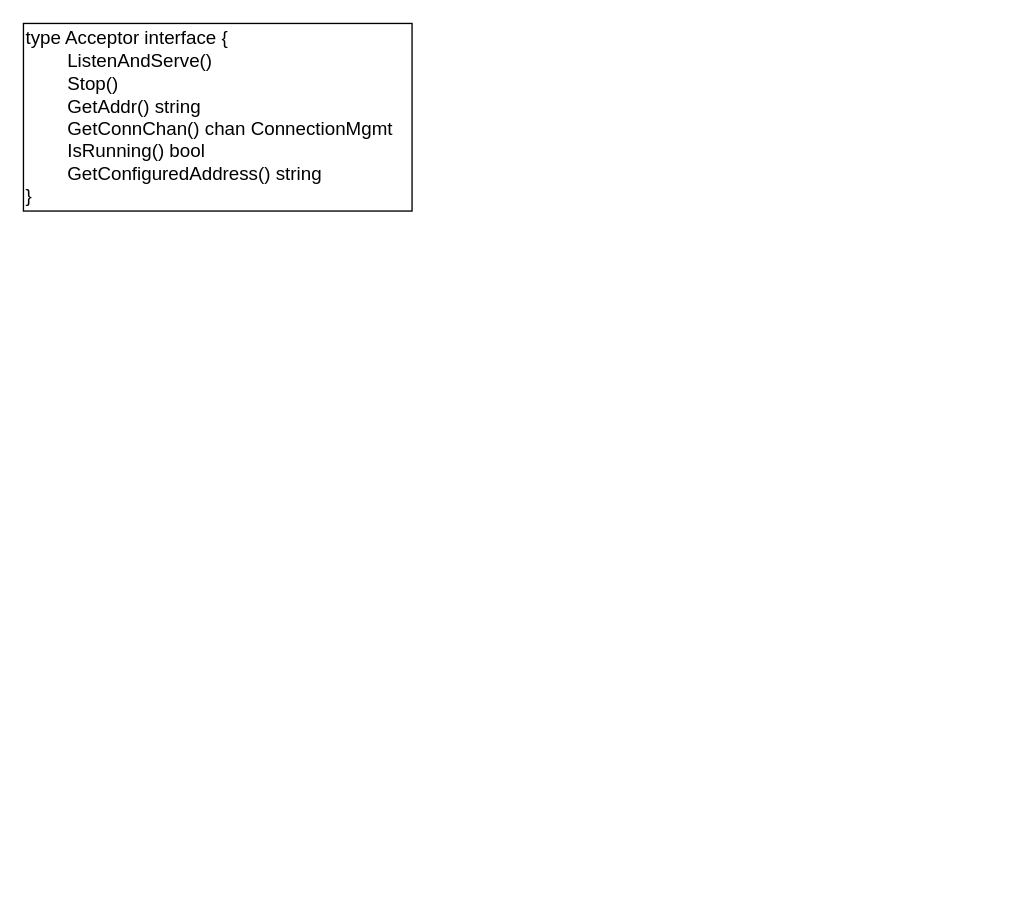
Above: page "new design" (3 of 3) of dhp/opennhp.architecture.design.drawio in wenhulove333/opendhp (draw.io), before the change. Source tidied: cells renumbered, new cells numbered last; positions are measured from the earlier drawing's top-left corner, leaving out a move shared by most shapes. Both pictures are drawn from the tidied source at 134%, with x=0, y=0 at pixel (23, 23).
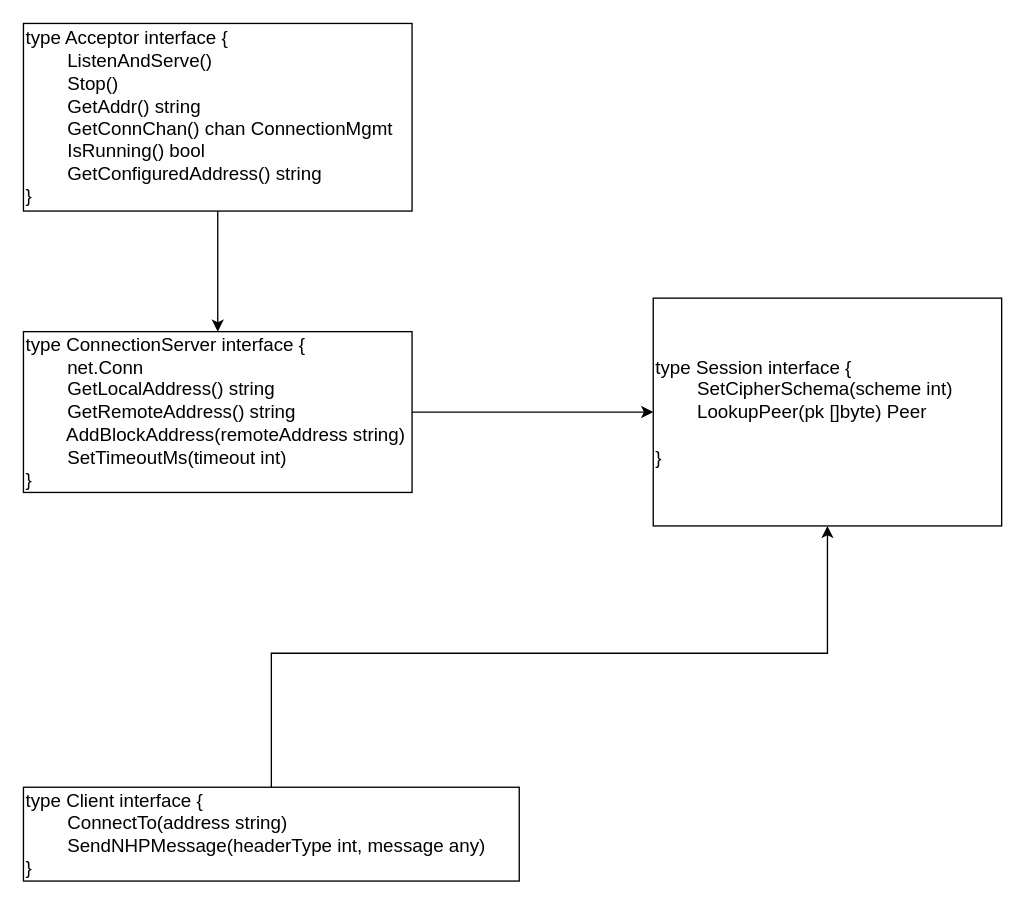
The same page after the edit.

Diff of the diagram source:
```diff
@@
 <mxGraphModel>
   <root>
     <mxCell id="0" />
     <mxCell id="1" parent="0" />
+    <mxCell id="3" style="edgeStyle=orthogonalEdgeStyle;rounded=0;jettySize=auto;html=1;exitX=0.5;exitY=1;exitDx=0;exitDy=0;entryX=0.5;entryY=0;entryDx=0;entryDy=0;" parent="1" edge="1" source="2" target="5">
+      <mxGeometry relative="1" as="geometry" />
+    </mxCell>
     <mxCell id="2" value="&lt;div&gt;&lt;font style=&quot;font-size: 14px;&quot;&gt;type Acceptor interface {&lt;/font&gt;&lt;/div&gt;&lt;div&gt;&lt;span style=&quot;white-space: normal;&quot;&gt;&lt;font style=&quot;font-size: 14px;&quot;&gt;&lt;span style=&quot;white-space:pre&quot;&gt;&#9;&lt;/span&gt;ListenAndServe()&lt;/font&gt;&lt;/span&gt;&lt;/div&gt;&lt;div&gt;&lt;span style=&quot;white-space: normal;&quot;&gt;&lt;font style=&quot;font-size: 14px;&quot;&gt;&lt;span style=&quot;white-space:pre&quot;&gt;&#9;&lt;/span&gt;Stop()&lt;/font&gt;&lt;/span&gt;&lt;/div&gt;&lt;div&gt;&lt;span style=&quot;white-space: normal;&quot;&gt;&lt;font style=&quot;font-size: 14px;&quot;&gt;&lt;span style=&quot;white-space:pre&quot;&gt;&#9;&lt;/span&gt;GetAddr() string&lt;/font&gt;&lt;/span&gt;&lt;/div&gt;&lt;div&gt;&lt;span style=&quot;white-space: normal;&quot;&gt;&lt;font style=&quot;font-size: 14px;&quot;&gt;&lt;span style=&quot;white-space:pre&quot;&gt;&#9;&lt;/span&gt;GetConnChan() chan ConnectionMgmt&lt;/font&gt;&lt;/span&gt;&lt;/div&gt;&lt;div&gt;&lt;span style=&quot;white-space: normal;&quot;&gt;&lt;font style=&quot;font-size: 14px;&quot;&gt;&lt;span style=&quot;white-space:pre&quot;&gt;&#9;&lt;/span&gt;IsRunning() bool&lt;/font&gt;&lt;/span&gt;&lt;/div&gt;&lt;div&gt;&lt;span style=&quot;white-space: normal;&quot;&gt;&lt;font style=&quot;font-size: 14px;&quot;&gt;&lt;span style=&quot;white-space:pre&quot;&gt;&#9;&lt;/span&gt;GetConfiguredAddress() string&lt;/font&gt;&lt;/span&gt;&lt;/div&gt;&lt;div&gt;&lt;font style=&quot;font-size: 14px;&quot;&gt;}&lt;/font&gt;&lt;/div&gt;" style="rounded=0;whiteSpace=wrap;html=1;fillColor=none;align=left;" parent="1" vertex="1">
       <mxGeometry width="290" height="140" as="geometry" />
     </mxCell>
+    <mxCell id="4" style="edgeStyle=orthogonalEdgeStyle;rounded=0;jettySize=auto;html=1;exitX=1;exitY=0.5;exitDx=0;exitDy=0;entryX=0;entryY=0.5;entryDx=0;entryDy=0;" parent="1" edge="1" source="5" target="6">
+      <mxGeometry relative="1" as="geometry" />
+    </mxCell>
+    <mxCell id="5" value="&lt;div&gt;&lt;font style=&quot;font-size: 14px;&quot;&gt;type ConnectionServer interface {&lt;/font&gt;&lt;/div&gt;&lt;div&gt;&lt;span style=&quot;white-space: normal;&quot;&gt;&lt;font style=&quot;font-size: 14px;&quot;&gt;&lt;span style=&quot;white-space:pre&quot;&gt;&#9;&lt;/span&gt;net.Conn&lt;/font&gt;&lt;/span&gt;&lt;/div&gt;&lt;div&gt;&lt;span style=&quot;white-space: normal;&quot;&gt;&lt;font style=&quot;font-size: 14px;&quot;&gt;&amp;nbsp; &amp;nbsp; &amp;nbsp; &amp;nbsp; GetLocalAddress() string&lt;/font&gt;&lt;/span&gt;&lt;/div&gt;&lt;div&gt;&lt;span style=&quot;white-space: normal;&quot;&gt;&lt;font style=&quot;font-size: 14px;&quot;&gt;&amp;nbsp; &amp;nbsp; &amp;nbsp; &amp;nbsp; GetRemoteAddress() string&lt;/font&gt;&lt;/span&gt;&lt;/div&gt;&lt;div&gt;&lt;span style=&quot;white-space: normal;&quot;&gt;&lt;font style=&quot;font-size: 14px;&quot;&gt;&amp;nbsp; &amp;nbsp; &amp;nbsp; &amp;nbsp; AddBlockAddress(remoteAddress string)&lt;/font&gt;&lt;/span&gt;&lt;/div&gt;&lt;div&gt;&lt;span style=&quot;white-space: normal;&quot;&gt;&lt;font style=&quot;font-size: 14px;&quot;&gt;&amp;nbsp; &amp;nbsp; &amp;nbsp; &amp;nbsp; SetTimeoutMs(timeout int)&lt;/font&gt;&lt;/span&gt;&lt;/div&gt;&lt;div&gt;&lt;font style=&quot;font-size: 14px;&quot;&gt;}&lt;/font&gt;&lt;/div&gt;" style="rounded=0;whiteSpace=wrap;html=1;fillColor=none;align=left;" parent="1" vertex="1">
+      <mxGeometry y="230" width="290" height="120" as="geometry" />
+    </mxCell>
+    <mxCell id="6" value="&lt;div&gt;&lt;font style=&quot;font-size: 14px;&quot;&gt;type Session interface {&lt;/font&gt;&lt;/div&gt;&lt;div&gt;&lt;span style=&quot;white-space: normal;&quot;&gt;&lt;font style=&quot;font-size: 14px;&quot;&gt;&lt;span style=&quot;white-space:pre&quot;&gt;&#9;&lt;/span&gt;SetCipherSchema(scheme int)&lt;/font&gt;&lt;/span&gt;&lt;/div&gt;&lt;div&gt;&lt;span style=&quot;white-space: normal;&quot;&gt;&lt;font style=&quot;font-size: 14px;&quot;&gt;&amp;nbsp; &amp;nbsp; &amp;nbsp; &amp;nbsp; LookupPeer(pk []byte) Peer&lt;/font&gt;&lt;/span&gt;&lt;/div&gt;&lt;div&gt;&lt;span style=&quot;white-space: normal;&quot;&gt;&lt;font style=&quot;font-size: 14px;&quot;&gt;&amp;nbsp; &amp;nbsp; &amp;nbsp; &amp;nbsp;&amp;nbsp;&lt;/font&gt;&lt;/span&gt;&lt;/div&gt;&lt;div&gt;&lt;font style=&quot;font-size: 14px;&quot;&gt;}&lt;/font&gt;&lt;/div&gt;" style="rounded=0;whiteSpace=wrap;html=1;fillColor=none;align=left;" parent="1" vertex="1">
+      <mxGeometry x="470" y="205" width="260" height="170" as="geometry" />
+    </mxCell>
+    <mxCell id="7" style="edgeStyle=orthogonalEdgeStyle;rounded=0;jettySize=auto;html=1;exitX=0.5;exitY=0;exitDx=0;exitDy=0;entryX=0.5;entryY=1;entryDx=0;entryDy=0;" parent="1" edge="1" source="8" target="6">
+      <mxGeometry relative="1" as="geometry">
+        <Array as="points">
+          <mxPoint x="185" y="470" />
+          <mxPoint x="600" y="470" />
+        </Array>
+      </mxGeometry>
+    </mxCell>
+    <mxCell id="8" value="&lt;div&gt;&lt;font style=&quot;font-size: 14px;&quot;&gt;type Client interface {&lt;/font&gt;&lt;/div&gt;&lt;div&gt;&lt;span style=&quot;white-space: normal;&quot;&gt;&lt;font style=&quot;font-size: 14px;&quot;&gt;&lt;span style=&quot;white-space:pre&quot;&gt;&#9;&lt;/span&gt;ConnectTo(address string)&lt;/font&gt;&lt;/span&gt;&lt;/div&gt;&lt;div&gt;&lt;span style=&quot;white-space: normal;&quot;&gt;&lt;font style=&quot;font-size: 14px;&quot;&gt;&amp;nbsp; &amp;nbsp; &amp;nbsp; &amp;nbsp; SendNHPMessage(headerType int, message any)&lt;/font&gt;&lt;/span&gt;&lt;/div&gt;&lt;div&gt;&lt;font style=&quot;font-size: 14px;&quot;&gt;}&lt;/font&gt;&lt;/div&gt;" style="rounded=0;whiteSpace=wrap;html=1;fillColor=none;align=left;" parent="1" vertex="1">
+      <mxGeometry y="570" width="370" height="70" as="geometry" />
+    </mxCell>
   </root>
 </mxGraphModel>
```
